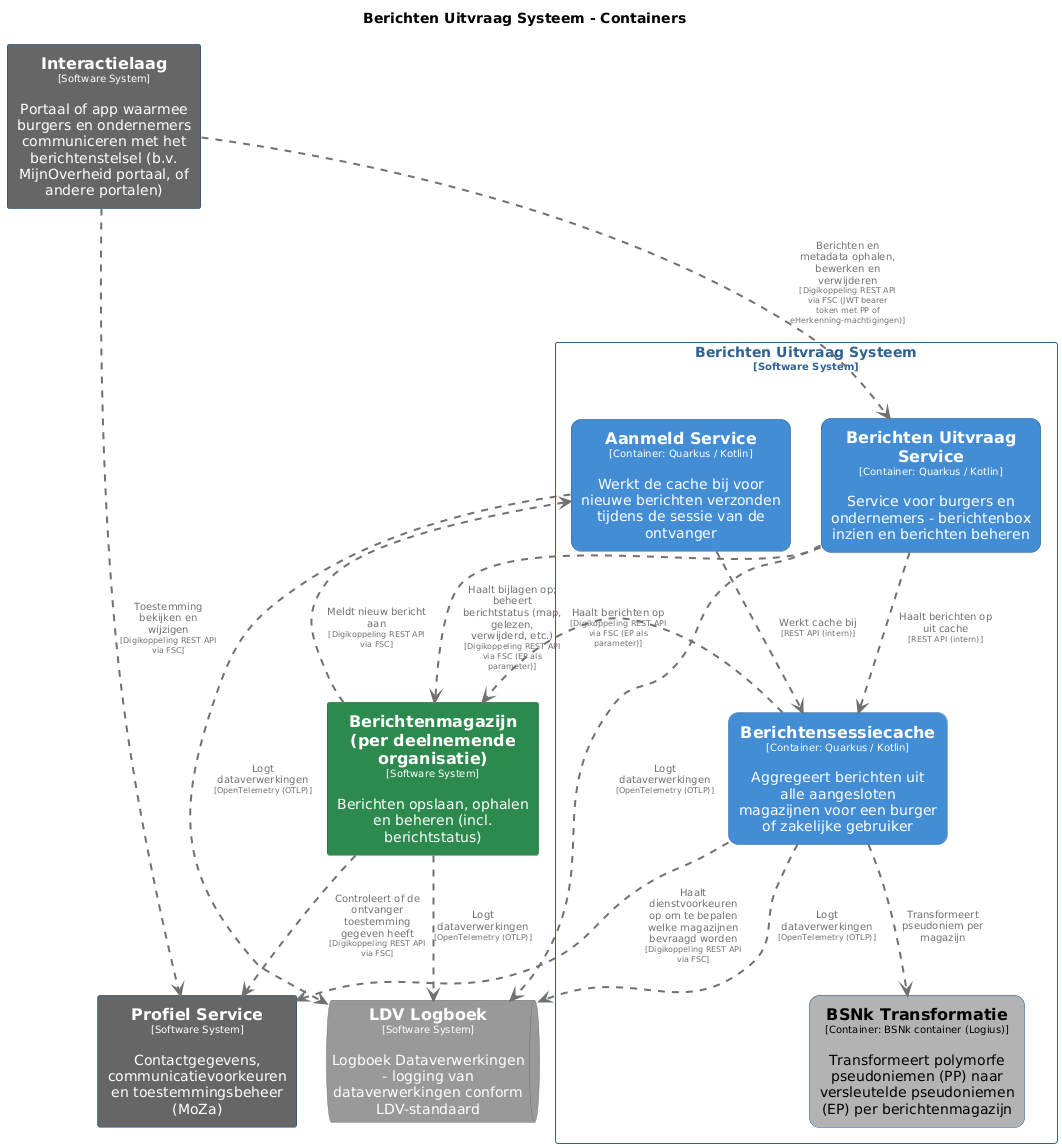
Earlier version of the PlantUML export pr-preview/pr-22/master/png/BerichtenUitvraagSysteemContainers.png (MinBZK/moza-poc-fbs-berichtenbox).
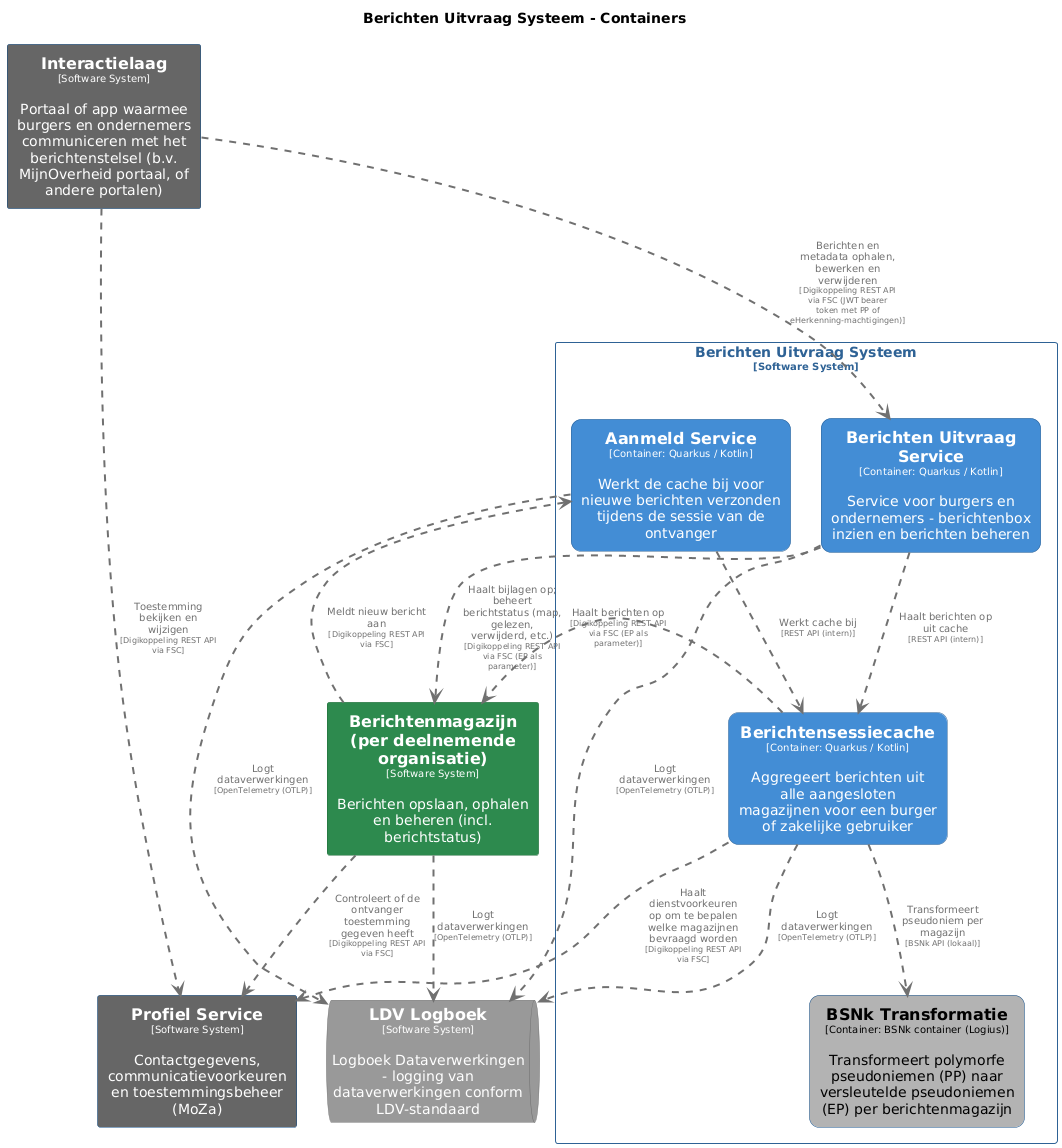
The same file after the commit.

The edit, as a diff of the source:
```diff
@@ -91,7 +91,7 @@
 BerichtenUitvraagSysteem.Berichtensessiecache .[#707070,thickness=2].> LDVLogboek : "<color:#707070>Logt dataverwerkingen\n<color:#707070><size:8>[OpenTelemetry (OTLP)]</size>"
 BerichtenUitvraagSysteem.BerichtenUitvraagService .[#707070,thickness=2].> LDVLogboek : "<color:#707070>Logt dataverwerkingen\n<color:#707070><size:8>[OpenTelemetry (OTLP)]</size>"
 BerichtenUitvraagSysteem.AanmeldService .[#707070,thickness=2].> LDVLogboek : "<color:#707070>Logt dataverwerkingen\n<color:#707070><size:8>[OpenTelemetry (OTLP)]</size>"
-BerichtenUitvraagSysteem.Berichtensessiecache .[#707070,thickness=2].> BerichtenUitvraagSysteem.BSNkTransformatie : "<color:#707070>Transformeert pseudoniem per magazijn"
+BerichtenUitvraagSysteem.Berichtensessiecache .[#707070,thickness=2].> BerichtenUitvraagSysteem.BSNkTransformatie : "<color:#707070>Transformeert pseudoniem per magazijn\n<color:#707070><size:8>[BSNk API (lokaal)]</size>"
 BerichtenUitvraagSysteem.AanmeldService .[#707070,thickness=2].> BerichtenUitvraagSysteem.Berichtensessiecache : "<color:#707070>Werkt cache bij\n<color:#707070><size:8>[REST API (intern)]</size>"
 BerichtenUitvraagSysteem.BerichtenUitvraagService .[#707070,thickness=2].> BerichtenUitvraagSysteem.Berichtensessiecache : "<color:#707070>Haalt berichten op uit cache\n<color:#707070><size:8>[REST API (intern)]</size>"
 Interactielaag .[#707070,thickness=2].> BerichtenUitvraagSysteem.BerichtenUitvraagService : "<color:#707070>Berichten en metadata ophalen, bewerken en verwijderen\n<color:#707070><size:8>[Digikoppeling REST API via FSC (JWT bearer token met PP of eHerkenning-machtigingen)]</size>"
```
